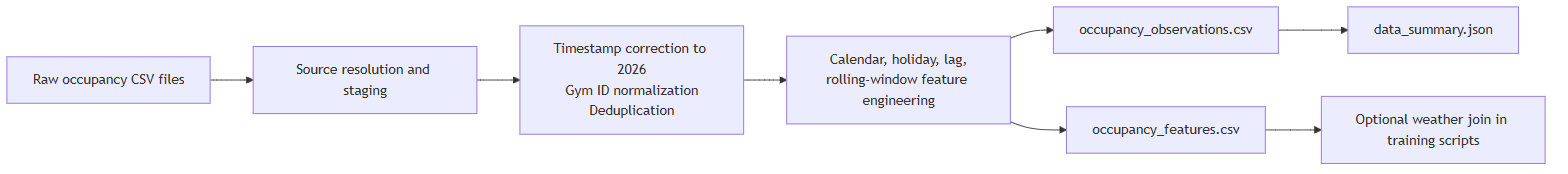
djprotejee/gymflow-ai keeps this Mermaid diagram as docs/diagrams/rendered/data-preparation-pipeline.png. Above is the earlier version. Its source is kept beside it as docs/diagrams/data-preparation-pipeline.mmd.
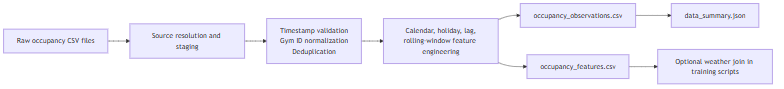
The same file after the commit.

Commit message:
docs: fix data preparation pipeline

The edit, as a diff of the source:
```diff
@@ -1,6 +1,6 @@
 flowchart LR
     raw["Raw occupancy CSV files"] --> copy["Source resolution and staging"]
-    copy --> normalize["Timestamp correction to 2026\nGym ID normalization\nDeduplication"]
+    copy --> normalize["Timestamp validation\nGym ID normalization\nDeduplication"]
     normalize --> features["Calendar, holiday, lag,\nrolling-window feature engineering"]
     features --> observations["occupancy_observations.csv"]
     features --> matrix["occupancy_features.csv"]
```
